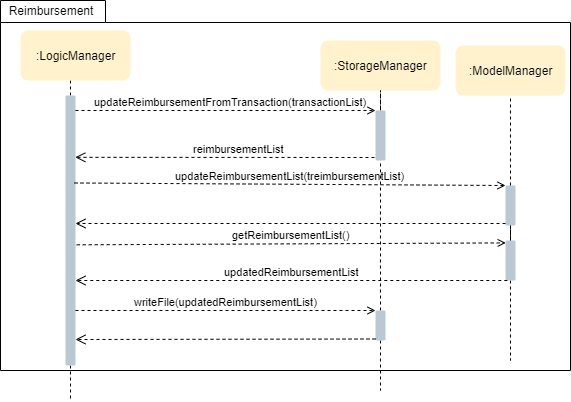
Before: images/TUpdateRinMainWindow.png, a diagram exported from draw.io (AY1920S1-CS2103T-T13-3/main). Source tidied: cells renumbered, new cells last; positions are measured from the earlier drawing's top-left corner, leaving out a move shared by most shapes. Source of this version:
```xml
<mxGraphModel>
  <root>
    <mxCell id="0" />
    <mxCell id="1" parent="0" />
    <mxCell id="2" style="shape=folder;fontStyle=1;spacingTop=10;tabWidth=105;tabHeight=22;tabPosition=left;html=1;rounded=1;strokeColor=#000000;" parent="1" vertex="1">
      <mxGeometry width="570" height="370" as="geometry" />
    </mxCell>
    <mxCell id="3" style="edgeStyle=orthogonalEdgeStyle;rounded=0;jettySize=auto;html=1;dashed=1;endArrow=none;endFill=0;" parent="1" edge="1" source="5" target="26">
      <mxGeometry relative="1" as="geometry">
        <Array as="points">
          <mxPoint x="70" y="100" />
          <mxPoint x="70" y="100" />
        </Array>
      </mxGeometry>
    </mxCell>
    <mxCell id="4" style="edgeStyle=orthogonalEdgeStyle;rounded=0;jettySize=auto;html=1;dashed=1;startArrow=none;startFill=0;endArrow=none;endFill=0;" parent="1" edge="1" source="5">
      <mxGeometry relative="1" as="geometry">
        <mxPoint x="70" y="400" as="targetPoint" />
        <Array as="points">
          <mxPoint x="70" y="400" />
        </Array>
      </mxGeometry>
    </mxCell>
    <mxCell id="5" style="html=1;points=[];perimeter=orthogonalPerimeter;rounded=1;strokeColor=none;fillColor=#bac8d3;" parent="1" vertex="1">
      <mxGeometry x="65" y="95" width="10" height="270" as="geometry" />
    </mxCell>
    <mxCell id="6" value=":StorageManager" style="html=1;rounded=1;strokeColor=none;fillColor=#fff2cc;" parent="1" vertex="1">
      <mxGeometry x="320" y="40" width="120" height="50" as="geometry" />
    </mxCell>
    <mxCell id="7" style="edgeStyle=orthogonalEdgeStyle;rounded=0;jettySize=auto;html=1;dashed=1;endArrow=none;endFill=0;entryX=0.5;entryY=1;entryDx=0;entryDy=0;" parent="1" edge="1" source="27" target="6">
      <mxGeometry relative="1" as="geometry" />
    </mxCell>
    <mxCell id="8" value="updateReimbursementFromTransaction(transactionList)" style="html=1;verticalAlign=bottom;endArrow=open;entryX=0;entryY=0;dashed=1;endFill=0;" parent="1" edge="1" source="5" target="27">
      <mxGeometry x="0.03" relative="1" as="geometry" />
    </mxCell>
    <mxCell id="9" value="reimbursementList" style="html=1;verticalAlign=bottom;endArrow=open;dashed=1;endSize=8;entryX=0.98;entryY=0.229;entryDx=0;entryDy=0;entryPerimeter=0;" parent="1" edge="1" target="5">
      <mxGeometry x="-0.07" relative="1" as="geometry">
        <mxPoint x="380" y="157" as="sourcePoint" />
      </mxGeometry>
    </mxCell>
    <mxCell id="10" value=":ModelManager" style="html=1;rounded=1;strokeColor=none;fillColor=#fff2cc;" parent="1" vertex="1">
      <mxGeometry x="455" y="45" width="110" height="50" as="geometry" />
    </mxCell>
    <mxCell id="11" style="edgeStyle=orthogonalEdgeStyle;rounded=0;jettySize=auto;html=1;dashed=1;endArrow=none;endFill=0;entryX=0.5;entryY=1;entryDx=0;entryDy=0;" parent="1" edge="1" source="13" target="10">
      <mxGeometry relative="1" as="geometry" />
    </mxCell>
    <mxCell id="12" style="edgeStyle=orthogonalEdgeStyle;rounded=0;jettySize=auto;html=1;dashed=1;endArrow=none;endFill=0;" parent="1" edge="1" source="13" target="15">
      <mxGeometry relative="1" as="geometry" />
    </mxCell>
    <mxCell id="13" style="html=1;points=[];perimeter=orthogonalPerimeter;rounded=1;strokeColor=none;fillColor=#bac8d3;" parent="1" vertex="1">
      <mxGeometry x="505" y="185" width="10" height="40" as="geometry" />
    </mxCell>
    <mxCell id="14" style="edgeStyle=orthogonalEdgeStyle;rounded=0;jettySize=auto;html=1;dashed=1;startArrow=none;startFill=0;endArrow=none;endFill=0;" parent="1" edge="1" source="15">
      <mxGeometry relative="1" as="geometry">
        <mxPoint x="510" y="360" as="targetPoint" />
        <Array as="points">
          <mxPoint x="510" y="360" />
        </Array>
      </mxGeometry>
    </mxCell>
    <mxCell id="15" style="html=1;points=[];perimeter=orthogonalPerimeter;rounded=1;strokeColor=none;fillColor=#bac8d3;" parent="1" vertex="1">
      <mxGeometry x="505" y="240" width="10" height="40" as="geometry" />
    </mxCell>
    <mxCell id="16" value="updateReimbursementList(treimbursementList)" style="html=1;verticalAlign=bottom;endArrow=open;entryX=0;entryY=0;dashed=1;endFill=0;exitX=0.9;exitY=0.324;exitDx=0;exitDy=0;exitPerimeter=0;" parent="1" edge="1" source="5" target="13">
      <mxGeometry relative="1" as="geometry" />
    </mxCell>
    <mxCell id="17" style="html=1;verticalAlign=bottom;endArrow=open;dashed=1;endSize=8;exitX=0;exitY=0.95;" parent="1" edge="1" source="13" target="5">
      <mxGeometry relative="1" as="geometry" />
    </mxCell>
    <mxCell id="18" style="edgeStyle=orthogonalEdgeStyle;rounded=0;jettySize=auto;html=1;dashed=1;endArrow=none;endFill=0;entryX=0.5;entryY=1;entryDx=0;entryDy=0;entryPerimeter=0;" parent="1" edge="1" source="20" target="27">
      <mxGeometry relative="1" as="geometry" />
    </mxCell>
    <mxCell id="19" style="edgeStyle=orthogonalEdgeStyle;rounded=0;jettySize=auto;html=1;dashed=1;endArrow=none;endFill=0;" parent="1" edge="1" source="20">
      <mxGeometry relative="1" as="geometry">
        <mxPoint x="380" y="390" as="targetPoint" />
      </mxGeometry>
    </mxCell>
    <mxCell id="20" style="html=1;points=[];perimeter=orthogonalPerimeter;rounded=1;strokeColor=none;fillColor=#bac8d3;" parent="1" vertex="1">
      <mxGeometry x="375" y="310" width="10" height="30" as="geometry" />
    </mxCell>
    <mxCell id="21" value="writeFile(updatedReimbursementList)" style="html=1;verticalAlign=bottom;endArrow=open;entryX=0;entryY=0;dashed=1;endFill=0;" parent="1" edge="1" source="5" target="20">
      <mxGeometry relative="1" as="geometry" />
    </mxCell>
    <mxCell id="22" style="html=1;verticalAlign=bottom;endArrow=open;dashed=1;endSize=8;exitX=0;exitY=0.95;" parent="1" edge="1" source="20">
      <mxGeometry relative="1" as="geometry">
        <mxPoint x="75" y="339" as="targetPoint" />
      </mxGeometry>
    </mxCell>
    <mxCell id="23" value="getReimbursementList()" style="html=1;verticalAlign=bottom;startArrow=none;startFill=0;endArrow=open;startSize=8;dashed=1;exitX=1.12;exitY=0.553;exitDx=0;exitDy=0;exitPerimeter=0;endFill=0;entryX=0.02;entryY=0.06;entryDx=0;entryDy=0;entryPerimeter=0;" parent="1" edge="1" source="5" target="15">
      <mxGeometry relative="1" as="geometry" />
    </mxCell>
    <mxCell id="24" value="updatedReimbursementList" style="html=1;verticalAlign=bottom;endArrow=open;dashed=1;endSize=8;exitX=0.18;exitY=1;exitDx=0;exitDy=0;exitPerimeter=0;" parent="1" edge="1" source="15" target="5">
      <mxGeometry relative="1" as="geometry" />
    </mxCell>
    <mxCell id="25" value="Reimbursement" style="text;html=1;strokeColor=none;fillColor=none;align=center;verticalAlign=middle;whiteSpace=wrap;rounded=0;" parent="1" vertex="1">
      <mxGeometry x="30" width="40" height="20" as="geometry" />
    </mxCell>
    <mxCell id="26" value=":LogicManager" style="html=1;rounded=1;strokeColor=none;fillColor=#fff2cc;" parent="1" vertex="1">
      <mxGeometry x="20" y="30" width="110" height="50" as="geometry" />
    </mxCell>
    <mxCell id="27" style="html=1;points=[];perimeter=orthogonalPerimeter;rounded=1;strokeColor=none;fillColor=#bac8d3;" parent="1" vertex="1">
      <mxGeometry x="375" y="110" width="10" height="50" as="geometry" />
    </mxCell>
  </root>
</mxGraphModel>
```
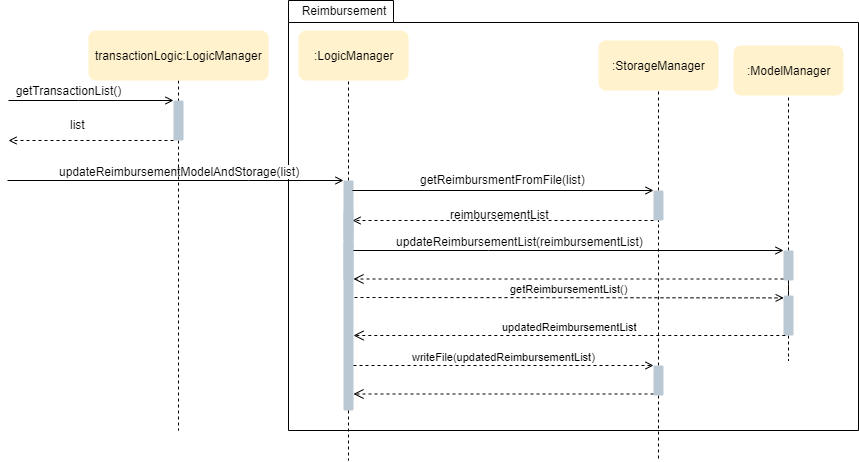
The same file after the commit.

The edit, as a diff of the source:
```diff
@@ -3,7 +3,7 @@
     <mxCell id="0" />
     <mxCell id="1" parent="0" />
     <mxCell id="2" style="shape=folder;fontStyle=1;spacingTop=10;tabWidth=105;tabHeight=22;tabPosition=left;html=1;rounded=1;strokeColor=#000000;" parent="1" vertex="1">
-      <mxGeometry width="570" height="370" as="geometry" />
+      <mxGeometry x="10" width="570" height="430" as="geometry" />
     </mxCell>
     <mxCell id="3" style="edgeStyle=orthogonalEdgeStyle;rounded=0;jettySize=auto;html=1;dashed=1;endArrow=none;endFill=0;" parent="1" edge="1" source="5" target="26">
       <mxGeometry relative="1" as="geometry">
@@ -15,29 +15,37 @@
     </mxCell>
     <mxCell id="4" style="edgeStyle=orthogonalEdgeStyle;rounded=0;jettySize=auto;html=1;dashed=1;startArrow=none;startFill=0;endArrow=none;endFill=0;" parent="1" edge="1" source="5">
       <mxGeometry relative="1" as="geometry">
-        <mxPoint x="70" y="400" as="targetPoint" />
+        <mxPoint x="70" y="460" as="targetPoint" />
         <Array as="points">
           <mxPoint x="70" y="400" />
         </Array>
       </mxGeometry>
     </mxCell>
+    <mxCell id="28" style="edgeStyle=orthogonalEdgeStyle;rounded=0;jettySize=auto;html=1;startArrow=open;startFill=0;endArrow=none;endFill=0;targetPerimeterSpacing=-1;" parent="1" edge="1" source="5">
+      <mxGeometry relative="1" as="geometry">
+        <mxPoint x="-271" y="180" as="targetPoint" />
+        <Array as="points">
+          <mxPoint x="-30" y="180" />
+          <mxPoint x="-30" y="180" />
+        </Array>
+      </mxGeometry>
+    </mxCell>
+    <mxCell id="29" value="updateReimbursementModelAndStorage(list)" style="text;html=1;align=center;verticalAlign=middle;labelBackgroundColor=#ffffff;" parent="28" vertex="1">
+      <mxGeometry x="0.46" y="116" relative="1" as="geometry">
+        <mxPoint x="80" y="-126" as="offset" />
+      </mxGeometry>
+    </mxCell>
     <mxCell id="5" style="html=1;points=[];perimeter=orthogonalPerimeter;rounded=1;strokeColor=none;fillColor=#bac8d3;" parent="1" vertex="1">
-      <mxGeometry x="65" y="95" width="10" height="270" as="geometry" />
+      <mxGeometry x="65" y="180" width="10" height="230" as="geometry" />
     </mxCell>
     <mxCell id="6" value=":StorageManager" style="html=1;rounded=1;strokeColor=none;fillColor=#fff2cc;" parent="1" vertex="1">
       <mxGeometry x="320" y="40" width="120" height="50" as="geometry" />
     </mxCell>
-    <mxCell id="7" style="edgeStyle=orthogonalEdgeStyle;rounded=0;jettySize=auto;html=1;dashed=1;endArrow=none;endFill=0;entryX=0.5;entryY=1;entryDx=0;entryDy=0;" parent="1" edge="1" source="27" target="6">
-      <mxGeometry relative="1" as="geometry" />
+    <mxCell id="7" style="edgeStyle=orthogonalEdgeStyle;rounded=0;jettySize=auto;html=1;dashed=1;endArrow=none;endFill=0;entryX=0.5;entryY=1;entryDx=0;entryDy=0;" parent="1" edge="1" target="6">
+      <mxGeometry relative="1" as="geometry">
+        <mxPoint x="380" y="190" as="sourcePoint" />
+      </mxGeometry>
     </mxCell>
-    <mxCell id="8" value="updateReimbursementFromTransaction(transactionList)" style="html=1;verticalAlign=bottom;endArrow=open;entryX=0;entryY=0;dashed=1;endFill=0;" parent="1" edge="1" source="5" target="27">
-      <mxGeometry x="0.03" relative="1" as="geometry" />
-    </mxCell>
-    <mxCell id="9" value="reimbursementList" style="html=1;verticalAlign=bottom;endArrow=open;dashed=1;endSize=8;entryX=0.98;entryY=0.229;entryDx=0;entryDy=0;entryPerimeter=0;" parent="1" edge="1" target="5">
-      <mxGeometry x="-0.07" relative="1" as="geometry">
-        <mxPoint x="380" y="157" as="sourcePoint" />
-      </mxGeometry>
-    </mxCell>
     <mxCell id="10" value=":ModelManager" style="html=1;rounded=1;strokeColor=none;fillColor=#fff2cc;" parent="1" vertex="1">
       <mxGeometry x="455" y="45" width="110" height="50" as="geometry" />
     </mxCell>
@@ -47,9 +55,25 @@
     <mxCell id="12" style="edgeStyle=orthogonalEdgeStyle;rounded=0;jettySize=auto;html=1;dashed=1;endArrow=none;endFill=0;" parent="1" edge="1" source="13" target="15">
       <mxGeometry relative="1" as="geometry" />
     </mxCell>
+    <mxCell id="30" style="edgeStyle=orthogonalEdgeStyle;rounded=0;jettySize=auto;html=1;startArrow=open;startFill=0;endArrow=none;endFill=0;targetPerimeterSpacing=-1;" parent="1" edge="1" source="13" target="32">
+      <mxGeometry relative="1" as="geometry">
+        <Array as="points">
+          <mxPoint x="210" y="250" />
+          <mxPoint x="210" y="250" />
+        </Array>
+      </mxGeometry>
+    </mxCell>
+    <mxCell id="31" value="updateReimbursementList(reimbursementList)" style="text;html=1;align=center;verticalAlign=middle;labelBackgroundColor=#ffffff;" parent="30" vertex="1">
+      <mxGeometry x="0.37" y="-119" relative="1" as="geometry">
+        <mxPoint x="30" y="109" as="offset" />
+      </mxGeometry>
+    </mxCell>
     <mxCell id="13" style="html=1;points=[];perimeter=orthogonalPerimeter;rounded=1;strokeColor=none;fillColor=#bac8d3;" parent="1" vertex="1">
-      <mxGeometry x="505" y="185" width="10" height="40" as="geometry" />
+      <mxGeometry x="505" y="250" width="10" height="30" as="geometry" />
     </mxCell>
+    <mxCell id="32" style="html=1;points=[];perimeter=orthogonalPerimeter;rounded=1;strokeColor=none;fillColor=#bac8d3;" parent="1" vertex="1">
+      <mxGeometry x="65" y="240" width="10" height="40" as="geometry" />
+    </mxCell>
     <mxCell id="14" style="edgeStyle=orthogonalEdgeStyle;rounded=0;jettySize=auto;html=1;dashed=1;startArrow=none;startFill=0;endArrow=none;endFill=0;" parent="1" edge="1" source="15">
       <mxGeometry relative="1" as="geometry">
         <mxPoint x="510" y="360" as="targetPoint" />
@@ -58,48 +82,111 @@
         </Array>
       </mxGeometry>
     </mxCell>
-    <mxCell id="15" style="html=1;points=[];perimeter=orthogonalPerimeter;rounded=1;strokeColor=none;fillColor=#bac8d3;" parent="1" vertex="1">
-      <mxGeometry x="505" y="240" width="10" height="40" as="geometry" />
+    <mxCell id="15" style="html=1;points=[];perimeter=orthogonalPerimeter;rounded=1;strokeColor=none;fillColor=#bac8d3;rotation=0;" parent="1" vertex="1">
+      <mxGeometry x="505" y="295" width="10" height="40" as="geometry" />
     </mxCell>
-    <mxCell id="16" value="updateReimbursementList(treimbursementList)" style="html=1;verticalAlign=bottom;endArrow=open;entryX=0;entryY=0;dashed=1;endFill=0;exitX=0.9;exitY=0.324;exitDx=0;exitDy=0;exitPerimeter=0;" parent="1" edge="1" source="5" target="13">
-      <mxGeometry relative="1" as="geometry" />
-    </mxCell>
     <mxCell id="17" style="html=1;verticalAlign=bottom;endArrow=open;dashed=1;endSize=8;exitX=0;exitY=0.95;" parent="1" edge="1" source="13" target="5">
       <mxGeometry relative="1" as="geometry" />
     </mxCell>
-    <mxCell id="18" style="edgeStyle=orthogonalEdgeStyle;rounded=0;jettySize=auto;html=1;dashed=1;endArrow=none;endFill=0;entryX=0.5;entryY=1;entryDx=0;entryDy=0;entryPerimeter=0;" parent="1" edge="1" source="20" target="27">
-      <mxGeometry relative="1" as="geometry" />
+    <mxCell id="18" style="edgeStyle=orthogonalEdgeStyle;rounded=0;jettySize=auto;html=1;dashed=1;endArrow=none;endFill=0;entryX=0.5;entryY=1;entryDx=0;entryDy=0;entryPerimeter=0;" parent="1" edge="1" source="20">
+      <mxGeometry relative="1" as="geometry">
+        <mxPoint x="380" y="220" as="targetPoint" />
+      </mxGeometry>
     </mxCell>
-    <mxCell id="19" style="edgeStyle=orthogonalEdgeStyle;rounded=0;jettySize=auto;html=1;dashed=1;endArrow=none;endFill=0;" parent="1" edge="1" source="20">
-      <mxGeometry relative="1" as="geometry">
-        <mxPoint x="380" y="390" as="targetPoint" />
-      </mxGeometry>
-    </mxCell>
+    <mxCell id="33" style="edgeStyle=orthogonalEdgeStyle;rounded=0;jettySize=auto;html=1;dashed=1;startArrow=none;startFill=0;endArrow=none;endFill=0;targetPerimeterSpacing=-1;" parent="1" edge="1" source="20">
+      <mxGeometry relative="1" as="geometry">
+        <mxPoint x="380" y="460" as="targetPoint" />
+      </mxGeometry>
+    </mxCell>
     <mxCell id="20" style="html=1;points=[];perimeter=orthogonalPerimeter;rounded=1;strokeColor=none;fillColor=#bac8d3;" parent="1" vertex="1">
-      <mxGeometry x="375" y="310" width="10" height="30" as="geometry" />
+      <mxGeometry x="375" y="365" width="10" height="30" as="geometry" />
     </mxCell>
     <mxCell id="21" value="writeFile(updatedReimbursementList)" style="html=1;verticalAlign=bottom;endArrow=open;entryX=0;entryY=0;dashed=1;endFill=0;" parent="1" edge="1" source="5" target="20">
       <mxGeometry relative="1" as="geometry" />
     </mxCell>
-    <mxCell id="22" style="html=1;verticalAlign=bottom;endArrow=open;dashed=1;endSize=8;exitX=0;exitY=0.95;" parent="1" edge="1" source="20">
-      <mxGeometry relative="1" as="geometry">
-        <mxPoint x="75" y="339" as="targetPoint" />
-      </mxGeometry>
+    <mxCell id="22" style="html=1;verticalAlign=bottom;endArrow=open;dashed=1;endSize=8;exitX=0;exitY=0.95;" parent="1" edge="1" source="20" target="5">
+      <mxGeometry relative="1" as="geometry" />
     </mxCell>
-    <mxCell id="23" value="getReimbursementList()" style="html=1;verticalAlign=bottom;startArrow=none;startFill=0;endArrow=open;startSize=8;dashed=1;exitX=1.12;exitY=0.553;exitDx=0;exitDy=0;exitPerimeter=0;endFill=0;entryX=0.02;entryY=0.06;entryDx=0;entryDy=0;entryPerimeter=0;" parent="1" edge="1" source="5" target="15">
-      <mxGeometry relative="1" as="geometry" />
+    <mxCell id="23" value="getReimbursementList()" style="html=1;verticalAlign=bottom;startArrow=none;startFill=0;endArrow=open;startSize=8;dashed=1;endFill=0;entryX=0.02;entryY=0.06;entryDx=0;entryDy=0;entryPerimeter=0;" parent="1" edge="1" target="15">
+      <mxGeometry relative="1" as="geometry">
+        <mxPoint x="76" y="297" as="sourcePoint" />
+      </mxGeometry>
     </mxCell>
     <mxCell id="24" value="updatedReimbursementList" style="html=1;verticalAlign=bottom;endArrow=open;dashed=1;endSize=8;exitX=0.18;exitY=1;exitDx=0;exitDy=0;exitPerimeter=0;" parent="1" edge="1" source="15" target="5">
       <mxGeometry relative="1" as="geometry" />
     </mxCell>
     <mxCell id="25" value="Reimbursement" style="text;html=1;strokeColor=none;fillColor=none;align=center;verticalAlign=middle;whiteSpace=wrap;rounded=0;" parent="1" vertex="1">
-      <mxGeometry x="30" width="40" height="20" as="geometry" />
+      <mxGeometry x="45" width="40" height="20" as="geometry" />
     </mxCell>
     <mxCell id="26" value=":LogicManager" style="html=1;rounded=1;strokeColor=none;fillColor=#fff2cc;" parent="1" vertex="1">
       <mxGeometry x="20" y="30" width="110" height="50" as="geometry" />
     </mxCell>
-    <mxCell id="27" style="html=1;points=[];perimeter=orthogonalPerimeter;rounded=1;strokeColor=none;fillColor=#bac8d3;" parent="1" vertex="1">
-      <mxGeometry x="375" y="110" width="10" height="50" as="geometry" />
-    </mxCell>
+    <mxCell id="34" style="edgeStyle=orthogonalEdgeStyle;rounded=0;jettySize=auto;html=1;startArrow=none;startFill=0;endArrow=none;endFill=0;targetPerimeterSpacing=-1;dashed=1;" parent="1" edge="1" source="35">
+      <mxGeometry relative="1" as="geometry">
+        <mxPoint x="-100" y="122" as="targetPoint" />
+      </mxGeometry>
+    </mxCell>
+    <mxCell id="35" value="transactionLogic:LogicManager" style="html=1;rounded=1;strokeColor=none;fillColor=#fff2cc;" parent="1" vertex="1">
+      <mxGeometry x="-190" y="30" width="180" height="50" as="geometry" />
+    </mxCell>
+    <mxCell id="36" style="edgeStyle=orthogonalEdgeStyle;rounded=0;jettySize=auto;html=1;startArrow=open;startFill=0;endArrow=none;endFill=0;targetPerimeterSpacing=-1;" parent="1" edge="1" source="39">
+      <mxGeometry relative="1" as="geometry">
+        <mxPoint x="-270" y="100" as="targetPoint" />
+        <Array as="points">
+          <mxPoint x="-200" y="100" />
+          <mxPoint x="-200" y="100" />
+        </Array>
+      </mxGeometry>
+    </mxCell>
+    <mxCell id="37" style="edgeStyle=orthogonalEdgeStyle;rounded=0;jettySize=auto;html=1;startArrow=none;startFill=0;endArrow=none;endFill=0;targetPerimeterSpacing=-1;dashed=1;" parent="1" edge="1" source="39">
+      <mxGeometry relative="1" as="geometry">
+        <mxPoint x="-100" y="430" as="targetPoint" />
+      </mxGeometry>
+    </mxCell>
+    <mxCell id="38" style="edgeStyle=orthogonalEdgeStyle;rounded=0;jettySize=auto;html=1;dashed=1;startArrow=none;startFill=0;endArrow=open;endFill=0;targetPerimeterSpacing=-1;" parent="1" edge="1" source="39">
+      <mxGeometry relative="1" as="geometry">
+        <mxPoint x="-270" y="140" as="targetPoint" />
+        <Array as="points">
+          <mxPoint x="-140" y="140" />
+        </Array>
+      </mxGeometry>
+    </mxCell>
+    <mxCell id="39" style="html=1;points=[];perimeter=orthogonalPerimeter;rounded=1;strokeColor=none;fillColor=#bac8d3;" parent="1" vertex="1">
+      <mxGeometry x="-105" y="100" width="10" height="40" as="geometry" />
+    </mxCell>
+    <mxCell id="40" value="getTransactionList()" style="text;html=1;strokeColor=none;fillColor=none;align=center;verticalAlign=middle;whiteSpace=wrap;rounded=0;" parent="1" vertex="1">
+      <mxGeometry x="-230" y="80" width="40" height="20" as="geometry" />
+    </mxCell>
+    <mxCell id="41" value="list" style="text;html=1;align=left;verticalAlign=top;spacingTop=-4;" parent="1" vertex="1">
+      <mxGeometry x="-210" y="115" width="30" height="20" as="geometry" />
+    </mxCell>
+    <mxCell id="42" value="getReimbursmentFromFile(list)" style="text;html=1;align=left;verticalAlign=top;spacingTop=-4;" parent="1" vertex="1">
+      <mxGeometry x="140" y="170" width="180" height="20" as="geometry" />
+    </mxCell>
+    <mxCell id="43" style="edgeStyle=orthogonalEdgeStyle;rounded=0;jettySize=auto;html=1;startArrow=open;startFill=0;endArrow=none;endFill=0;targetPerimeterSpacing=-1;" parent="1" edge="1" source="45">
+      <mxGeometry relative="1" as="geometry">
+        <mxPoint x="74" y="190" as="targetPoint" />
+        <Array as="points">
+          <mxPoint x="74" y="190" />
+        </Array>
+      </mxGeometry>
+    </mxCell>
+    <mxCell id="44" style="edgeStyle=orthogonalEdgeStyle;rounded=0;jettySize=auto;html=1;startArrow=none;startFill=0;endArrow=open;endFill=0;targetPerimeterSpacing=-1;dashed=1;" parent="1" edge="1" source="45" target="46">
+      <mxGeometry relative="1" as="geometry">
+        <Array as="points">
+          <mxPoint x="180" y="220" />
+          <mxPoint x="180" y="220" />
+        </Array>
+      </mxGeometry>
+    </mxCell>
+    <mxCell id="45" style="html=1;points=[];perimeter=orthogonalPerimeter;rounded=1;strokeColor=none;fillColor=#bac8d3;" parent="1" vertex="1">
+      <mxGeometry x="375" y="190" width="10" height="30" as="geometry" />
+    </mxCell>
+    <mxCell id="46" style="html=1;points=[];perimeter=orthogonalPerimeter;rounded=1;strokeColor=none;fillColor=#bac8d3;" parent="1" vertex="1">
+      <mxGeometry x="65" y="210" width="10" height="30" as="geometry" />
+    </mxCell>
+    <mxCell id="9" value="reimbursementList" style="text;html=1;align=left;verticalAlign=top;spacingTop=-4;" parent="1" vertex="1">
+      <mxGeometry x="170" y="205" width="110" height="20" as="geometry" />
+    </mxCell>
   </root>
 </mxGraphModel>
```
